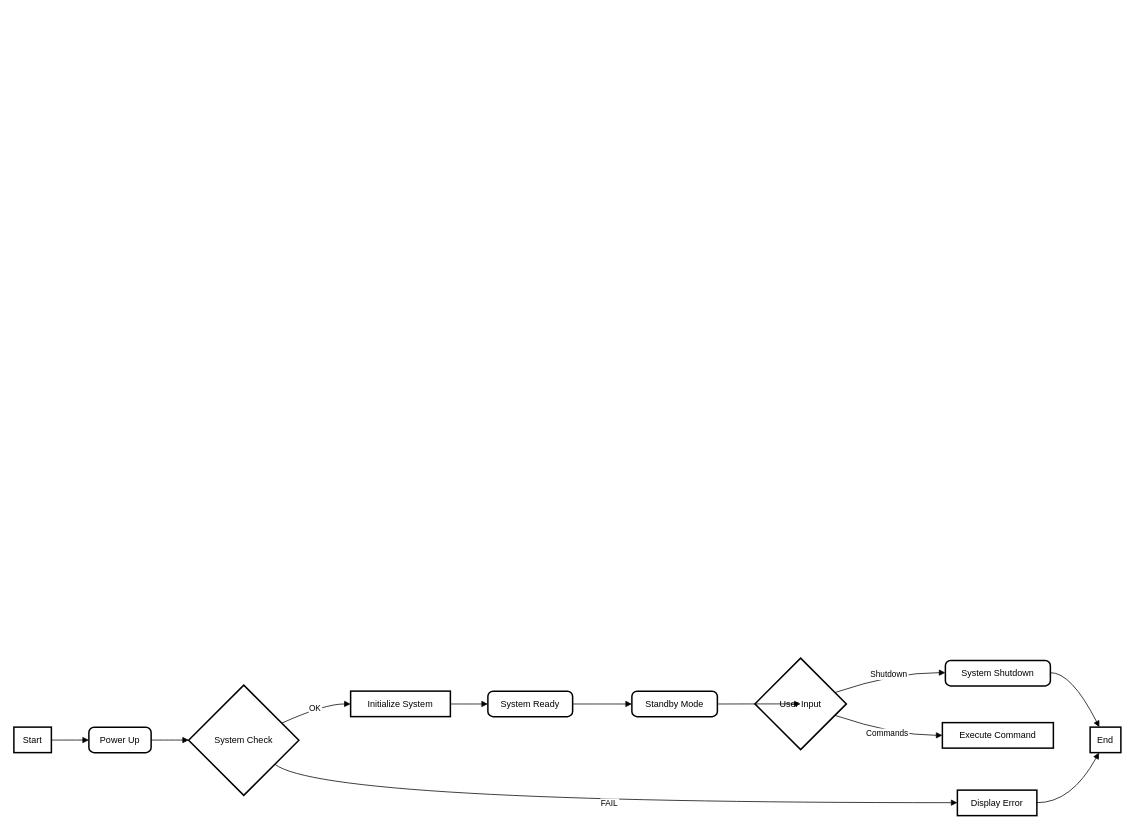
Above: Untitled Diagram.drawio in ChinaYC/hakka-Housekeeping-service-platform (draw.io), before the change. Source tidied: cells renumbered, new cells numbered last; positions are measured from the earlier drawing's top-left corner, leaving out a move shared by most shapes. Both pictures are drawn from the tidied source at 75%, with x=0, y=0 at pixel (14, 658).
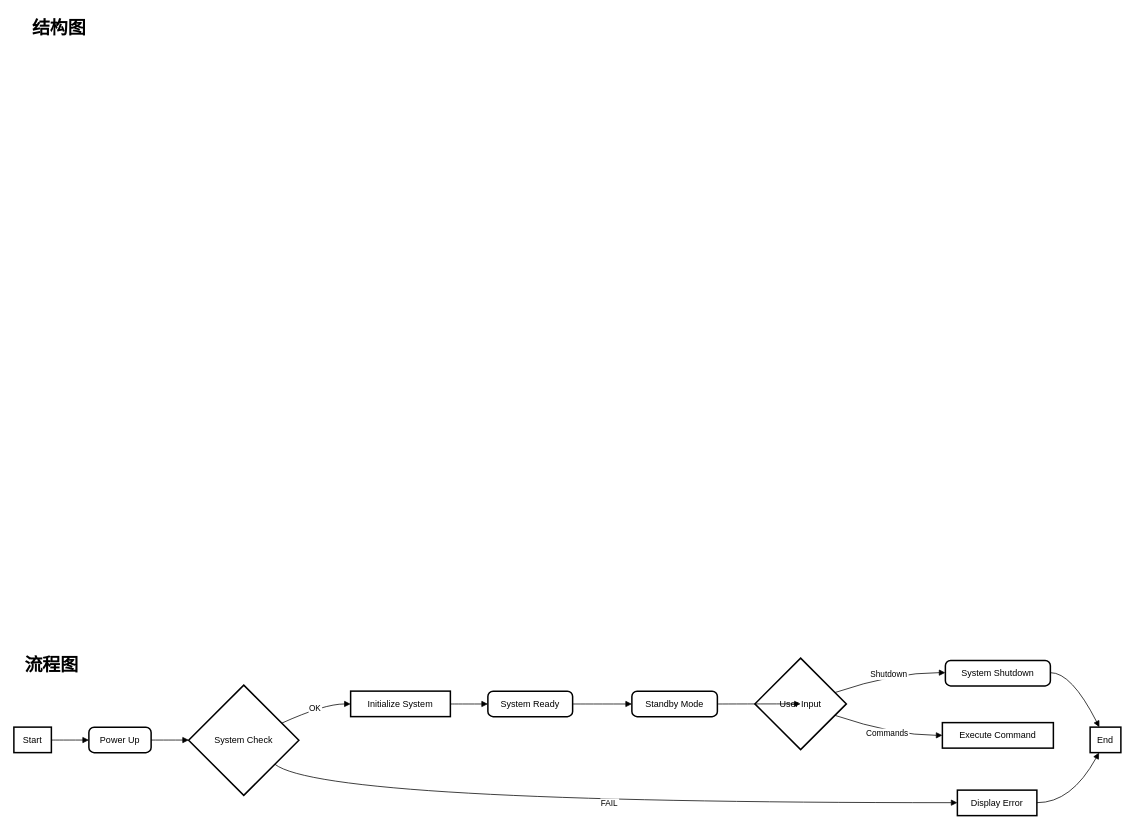
The same page after the edit.

Commit message:
hakka house Diagram.drawio

What changed in the source:
```diff
@@
+    <mxCell id="24" value="结构图&lt;br&gt;" style="text;strokeColor=none;fillColor=none;html=1;fontSize=24;fontStyle=1;verticalAlign=middle;align=center;" parent="1" vertex="1">
+      <mxGeometry x="10" y="-860" width="100" height="40" as="geometry" />
+    </mxCell>
+    <mxCell id="25" value="流程图" style="text;strokeColor=none;fillColor=none;html=1;fontSize=24;fontStyle=1;verticalAlign=middle;align=center;" parent="1" vertex="1">
+      <mxGeometry y="-10" width="100" height="40" as="geometry" />
+    </mxCell>
```
